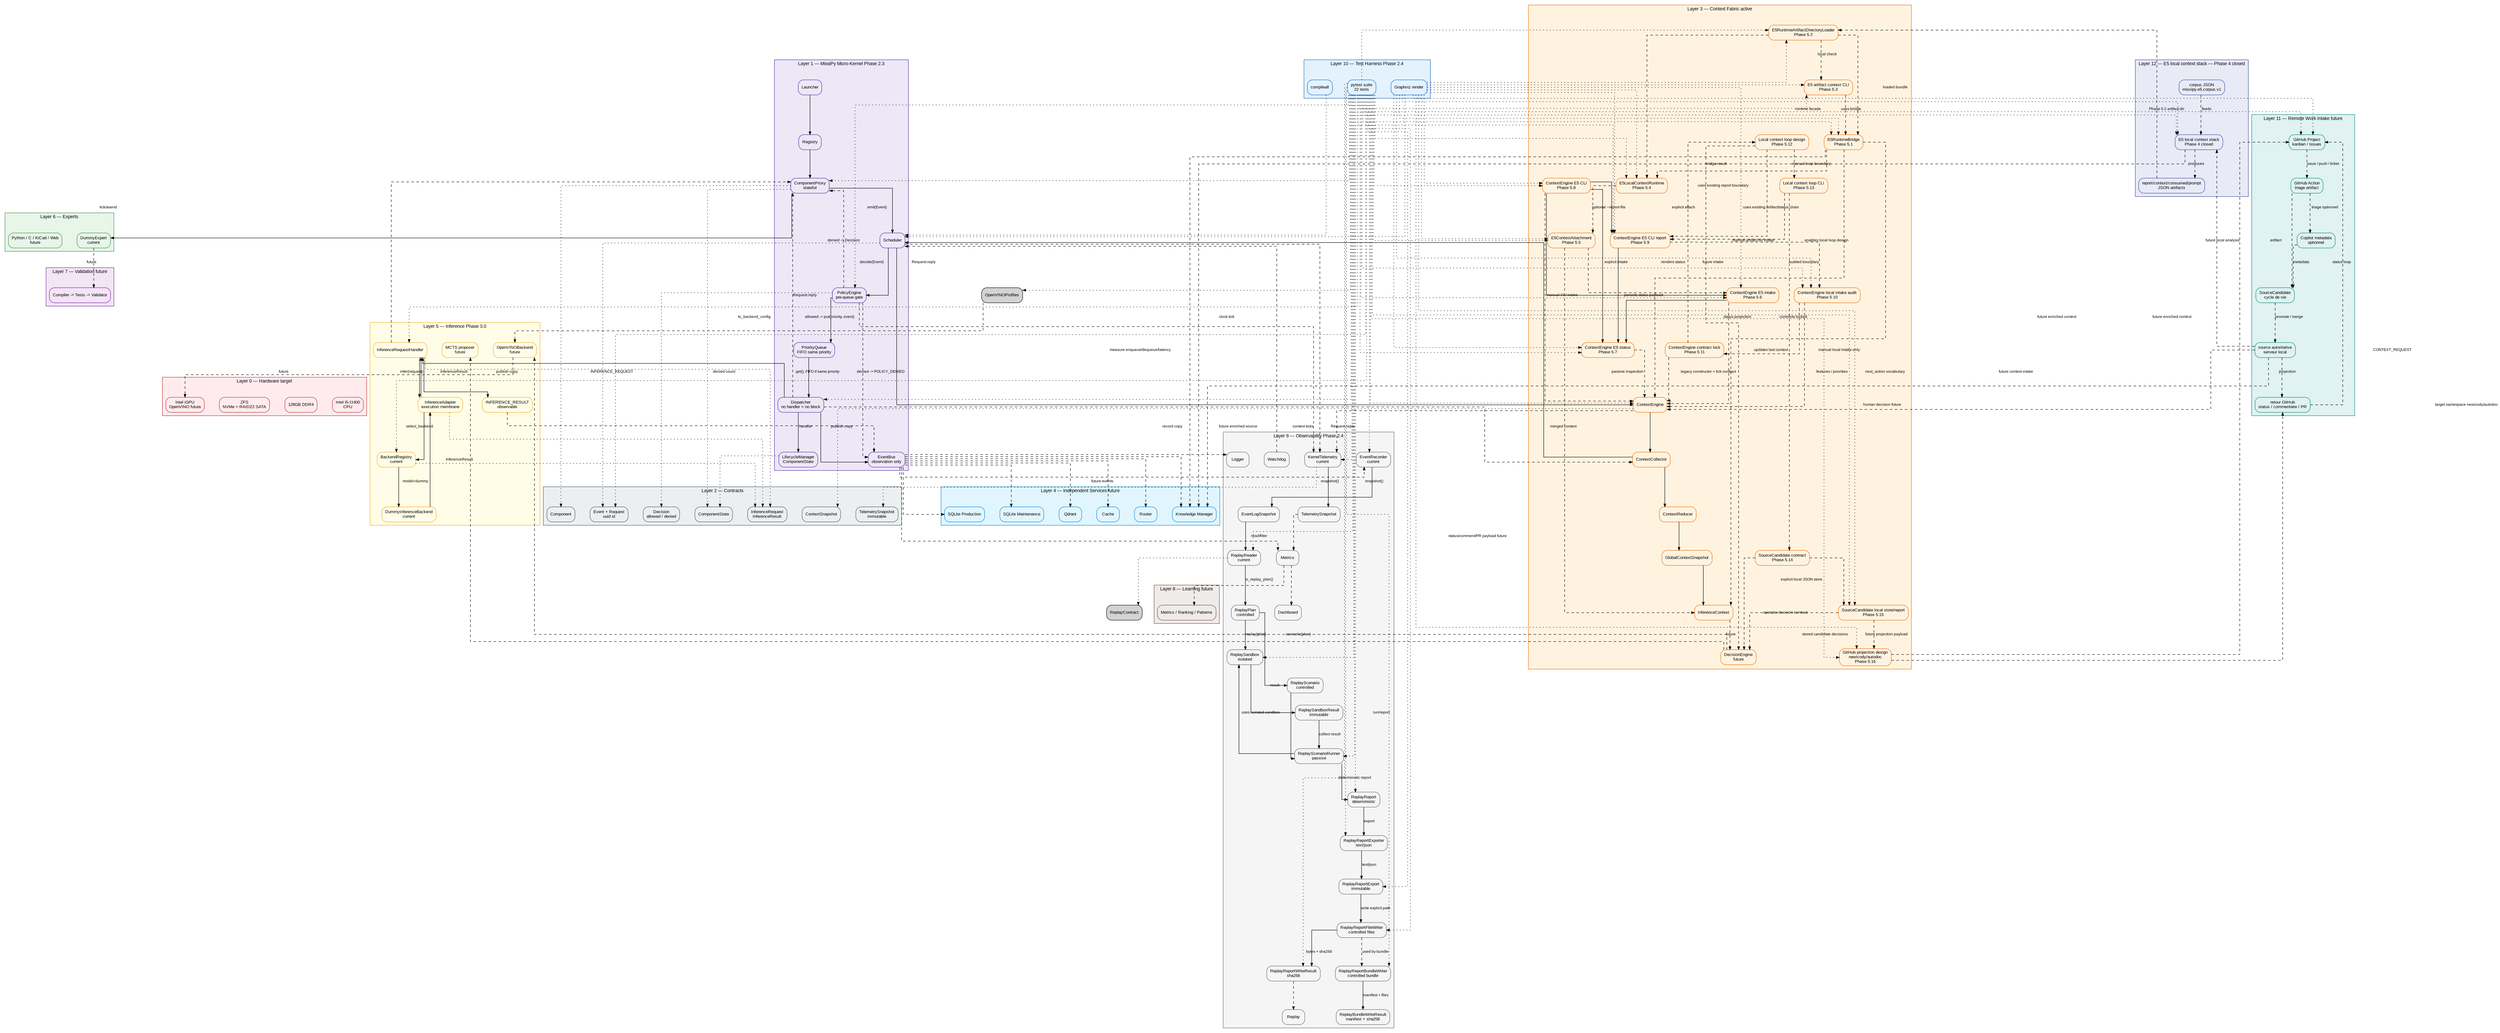
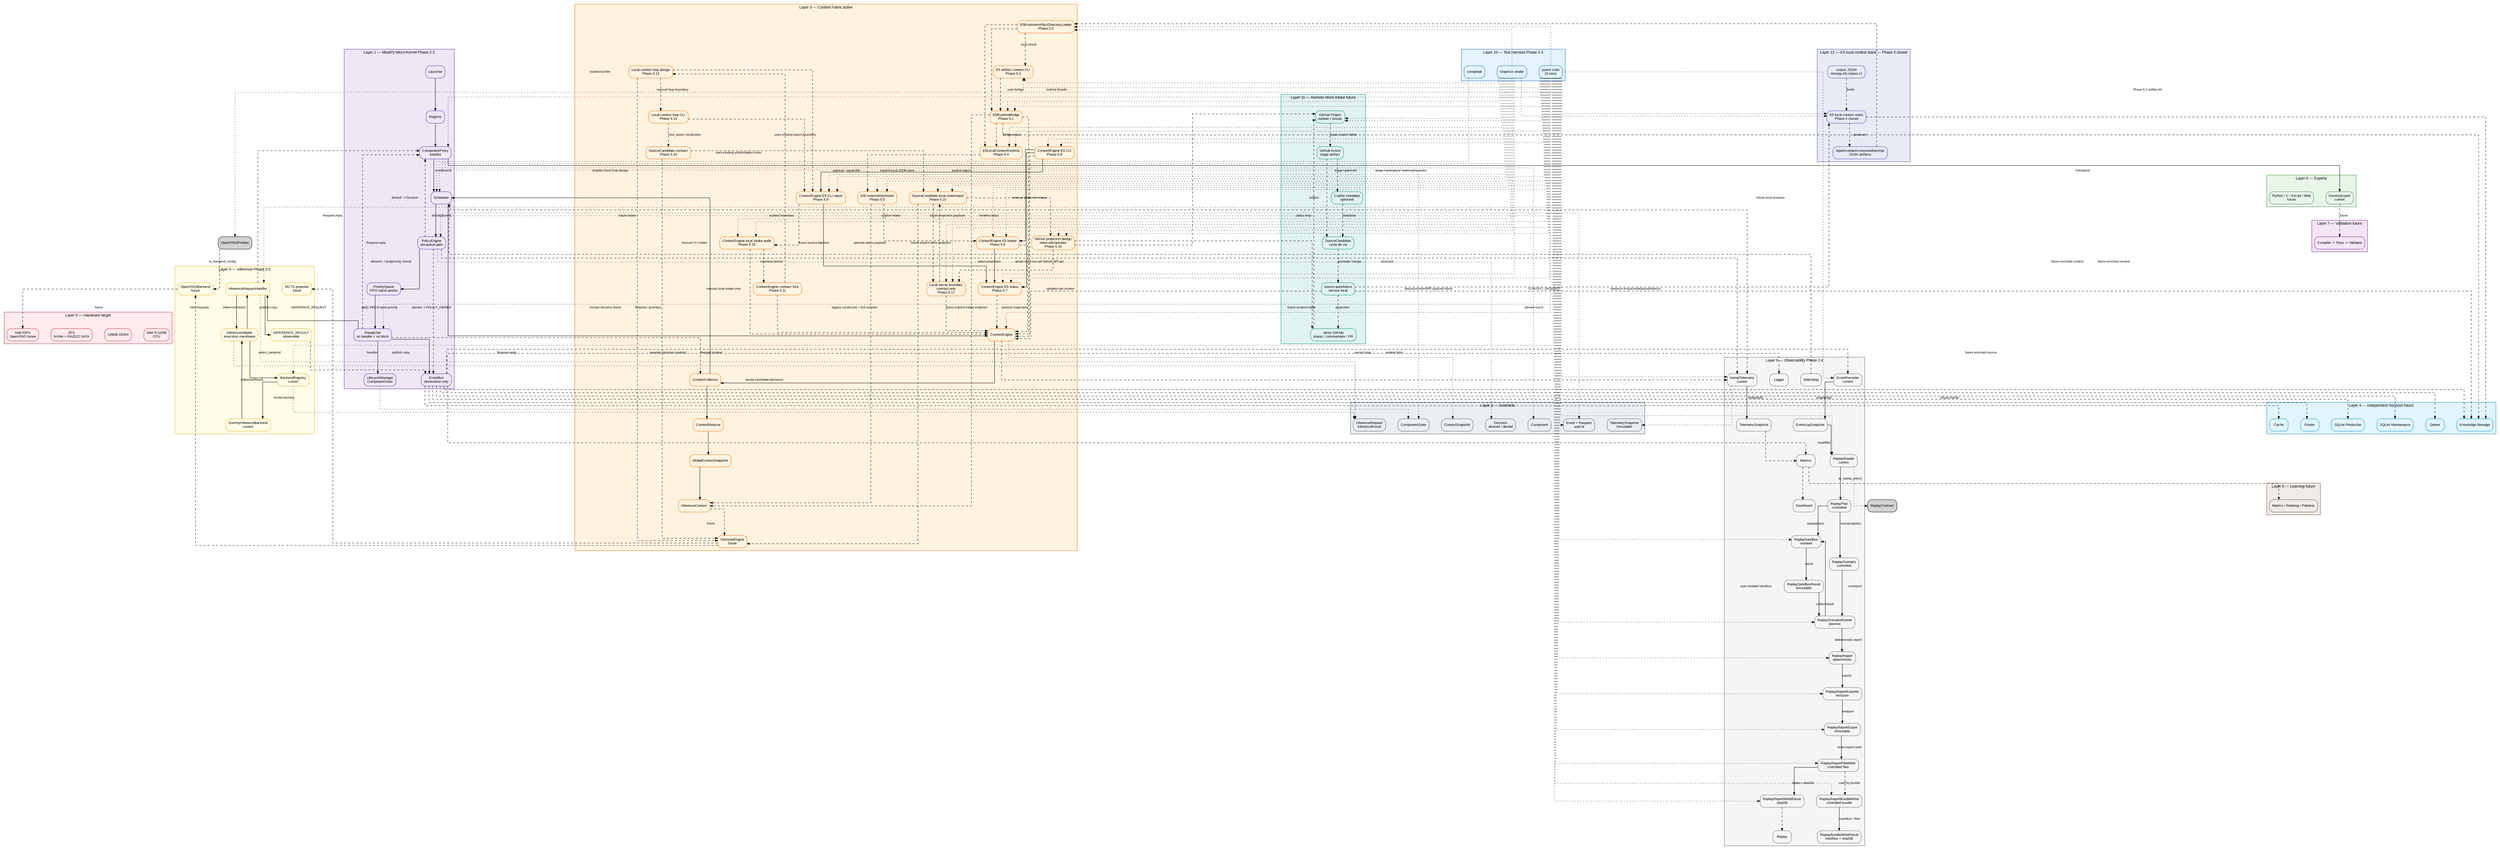
digraph Global {
    // ROADMAP_ID: global

    rankdir=TB;

    // ROADMAP_NOTE[phase2_5]:
    // BackendRegistry est ajouté au layer inference pour préparer
    // l’enregistrement explicite d’OpenVINO sans modifier le Scheduler.

    // ROADMAP_NOTE[phase3_0]:
    // OpenVINOModelProfileRegistry est ajouté pour décrire un ou plusieurs
    // modèles OpenVINO possibles avant de créer les backends exécutables.
    compound=true;
    splines=ortho;
    nodesep=0.5;
    ranksep=0.8;

    graph [fontname="Arial", fontsize=11];
    node [shape=box, style="rounded,filled", fontname="Arial", fontsize=10];
    edge [fontname="Arial", fontsize=9, arrowsize=0.7];

    // ROADMAP_NOTE[phase2_4]:
// ReplayReportBundleWriter ajoute un dossier de replay contrôlé :
// report.txt, report.json et manifest.json avec sha256. La roadmap DOT
// est aussi vérifiée par tests/docs/test_dot_links.py afin que les liens
// descente/remontée pointent vers des sources DOT existantes.
    // Le Layer 9 ajoute ReplayReportFileWriter après ReplayReportExport.
    // Cette étape persiste les exports texte/JSON vers chemins explicites.
    // Aucun répertoire n'est créé ni aucun fichier écrasé sans demande explicite.
    // Le writer reste passif et ne commande jamais le Scheduler vivant.


    // ROADMAP_NOTE[phase4_18_r2]:
    // GitHub Project Orchestrator est visible dans l'architecture globale.
    // Cette couche reste future et documentaire : pas d'API GitHub, pas de token,
    // pas de polling réseau et pas de dépendance Copilot dans le coeur.

    // ROADMAP_NOTE[phase4_19]:
    // La Phase 4 se clôt par un audit du moteur local E5 : corpus, recherche,
    // diagnostics, gates, rapports, contexte, consommation et prompt packet.
    // Le stack E5 reste hors Scheduler, hors Qdrant et hors backend de réponse.

    // ROADMAP_NOTE[phase4_20]:
    // Phase 4 clôturée : le moteur local E5 produit des artefacts déterministes
    // de recherche, contexte consommé et prompt packet. La Phase 5 peut brancher
    // ce socle au serveur local ou au Context Engine sans changer ces frontières.

    // ROADMAP_NOTE[phase5_2]:
    // E5RuntimeArtifactDirectoryLoader ajoute la bordure IO locale pour lire un
    // artifact-dir Phase 4 et réutiliser le pont pur E5RuntimeBridge. Aucun daemon,
    // réseau, Scheduler vivant, Qdrant ou LLM n'est introduit.


    // ROADMAP_NOTE[phase5_4]:
    // E5LocalContextRuntime ajoute une façade runtime locale stable au-dessus
    // du loader 5.2 et du bridge 5.1. Elle retourne un statut typé et un
    // InferenceContext sans CLI, daemon, réseau, Scheduler vivant, Qdrant ou LLM.

    // ROADMAP_NOTE[phase5_5]:
    // E5ContextAttachment fusionne explicitement un résultat runtime E5 local
    // avec un InferenceContext existant. Cette étape prépare l'intake futur du
    // ContextEngine sans lancer Scheduler, daemon, réseau, Qdrant ou LLM.

    // ROADMAP_NOTE[phase5_6]:
    // ContextEngine reçoit une entrée E5 explicite : artifact-dir ou runtime result
    // -> attachement -> last_inference_context. Aucun autoload, aucun Scheduler
    // vivant, aucun daemon, réseau, Qdrant ou LLM n'est introduit.

    // ROADMAP_NOTE[phase5_7]:
    // E5ContextEngineStatus ajoute une projection passive et sérialisable
    // de l'état E5 attaché au ContextEngine. Elle ne lit aucun fichier,
    // ne mute aucun contexte et ne déclenche aucun Scheduler/backend.

    // ROADMAP_NOTE[phase5_8]:
    // E5ContextEngineCLI ajoute une bordure manuelle : artifact-dir ->
    // ContextEngine.attach_e5_artifact_dir() -> E5ContextEngineStatus. Elle
    // ne lance aucun Scheduler vivant, daemon, réseau, Qdrant ou LLM.


    // ROADMAP_NOTE[phase5_10]:
    // Phase 5.10 audite le bloc d'intake manuel local : artifact-dir Phase 4,
    // ContextEngine E5 CLI, report JSON et projection status. Elle ne modifie
    // pas le runtime et prépare seulement la bascule future vers serveur/local loop.

    // ROADMAP_NOTE[phase5_9]:
    // E5ContextEngineCLIReport ajoute --report-file à la bordure CLI 5.8.
    // La commande existante peut persister son payload intake + status en JSON
    // atomique sans nouvelle surface CLI, Scheduler vivant, réseau, Qdrant ou LLM.





+ 
+ 
+     // ROADMAP_NOTE[phase5_17]:
+     // LocalServerBoundary formalise une surface serveur local future pour
+     // SourceCandidate, reports et ContextEngine intake. Cette étape reste
+     // contract-only : pas de serveur, socket, framework, réseau, GitHub API,
+     // token, Scheduler autoload, Qdrant, LLM ou appel OpenVINO.

    // ROADMAP_NOTE[phase5_16]:
    // GitHubProjectionDesign formalise la projection future entre le store
    // local SourceCandidate et newicody/autodoc. Cette étape reste documentaire :
    // aucun token, réseau, polling, GitHub API, serveur, Qdrant ou LLM.

    // ROADMAP_NOTE[phase5_15]:
    // SourceCandidateStorageReport ajoute un store JSON local explicite pour
    // SourceCandidate : load, upsert atomique, snapshot et rapport optionnel.
    // La valeur newicody/autodoc reste une projection future sans API GitHub,
    // réseau, token, daemon, Qdrant, LLM ou base de données.

    // ROADMAP_NOTE[phase5_14]:
    // SourceCandidateContract ajoute le contrat local d'une entrée candidate :
    // origin/input/policy/status/decision/transition immuable. La valeur
    // newicody/autodoc prépare la projection GitHub future sans API, réseau ou token.

    // ROADMAP_NOTE[phase5_13]:
    // LocalContextLoopCLI ajoute une orchestration manuelle mince : artifact-dir
    // Phase 4 -> ContextEngine intake -> status -> report + next_action opérateur.
    // Elle ne relance pas E5/OpenVINO, ne mute aucune décision et n'ajoute aucun
    // daemon, serveur, réseau, Qdrant, LLM ou stockage persistant.

    // ROADMAP_NOTE[phase5_12]:
    // LocalContextLoopDesign formalise la boucle locale manuelle : artifact-dir
    // Phase 4 -> runtime local -> intake explicite ContextEngine -> status/report
    // -> décision humaine. Aucun serveur, daemon, réseau, stockage persistant,
    // Qdrant, LLM ou appel OpenVINO caché n'est introduit.

    // ROADMAP_NOTE[phase5_3]:
    // E5 artifact context CLI ajoute une bordure de vérification locale pour
    // afficher l'InferenceContext construit depuis un artifact-dir, sans daemon,
    // réseau, Scheduler vivant, Qdrant ou LLM.

    subgraph cluster_L0 {
        label="Layer 0 — Hardware target";
        color="#c62828";
        bgcolor="#ffebee";
        node [fillcolor="#ffebee", color="#c62828"];
        CPU [label="Intel i5-11400\nCPU"];
        RAM [label="128GB DDR4"];
        Storage [label="ZFS\nNVMe + RAIDZ2 SATA"];
        GPU [label="Intel iGPU\nOpenVINO future"];
    }

    subgraph cluster_L1 {
        label="Layer 1 — MissiPy Micro-Kernel Phase 2.3";
        color="#512da8";
        bgcolor="#ede7f6";
        node [fillcolor="#ede7f6", color="#512da8"];
        Launcher [URL="scheduler/10_scheduler.svg", tooltip="Zoom Scheduler"];
        Registry [URL="scheduler/10_scheduler.svg", tooltip="Registry"];
        Proxy [label="ComponentProxy\nstateful", URL="scheduler/component_proxy/14_component_proxy.svg", tooltip="Runtime proxy"];
        Scheduler [URL="scheduler/10_scheduler.svg", tooltip="Zoom Scheduler"];
        Policy [label="PolicyEngine\npre-queue gate", URL="scheduler/10_scheduler.svg"];
        Queue [label="PriorityQueue\nFIFO same priority", URL="scheduler/priority_queue/13_priority_queue.svg"];
        Dispatcher [label="Dispatcher\nno handler = no block", URL="scheduler/dispatcher/11_dispatcher.svg"];
        EventBus [label="EventBus\nobservation only", URL="scheduler/event_bus/12_event_bus.svg"];
        Lifecycle [label="LifecycleManager\nComponentState", URL="scheduler/10_scheduler.svg"];
    }

    subgraph cluster_L2 {
        label="Layer 2 — Contracts";
        color="#455a64";
        bgcolor="#eceff1";
        node [fillcolor="#eceff1", color="#455a64"];
        EventContract [label="Event + Request\nuuid id"];
        LifecycleContract [label="ComponentState"];
        ComponentContract [label="Component"];
        ContextContract [label="ContextSnapshot"];
        InferenceContract [label="InferenceRequest\nInferenceResult"];
        PolicyContract [label="Decision\nallowed / denied"];
        TelemetryContract [label="TelemetrySnapshot\nimmutable"];
    }

    subgraph cluster_L3 {
        label="Layer 3 — Context Fabric active";
        color="#ef6c00";
        bgcolor="#fff3e0";
        node [fillcolor="#fff3e0", color="#ef6c00"];
        ContextEngine [label="ContextEngine", URL="context/20_context.svg"];
        Collector [label="ContextCollector", URL="context/20_context.svg"];
        Reducer [label="ContextReducer", URL="context/20_context.svg"];
        Snapshot [label="GlobalContextSnapshot", URL="context/20_context.svg"];
        InferenceCtx [label="InferenceContext", URL="context/20_context.svg"];
        E5RuntimeBridge [label="E5RuntimeBridge\nPhase 5.1", URL="context/25_e5_runtime_bridge.svg"];
        E5ArtifactLoader [label="E5RuntimeArtifactDirectoryLoader\nPhase 5.2", URL="context/26_e5_artifact_directory_loader.svg"];
        E5ArtifactContextCLI [label="E5 artifact context CLI\nPhase 5.3", URL="context/27_e5_artifact_context_cli.svg"];
        E5LocalRuntime [label="E5LocalContextRuntime\nPhase 5.4", URL="context/28_e5_local_context_runtime.svg"];
        E5ContextAttachment [label="E5ContextAttachment\nPhase 5.5", URL="context/29_e5_context_attachment.svg"];
        E5ContextEngineIntake [label="ContextEngine E5 intake\nPhase 5.6", URL="context/30_e5_context_engine_intake.svg"];
        E5ContextEngineStatus [label="ContextEngine E5 status\nPhase 5.7", URL="context/31_e5_context_engine_status.svg"];
        E5ContextEngineCLI [label="ContextEngine E5 CLI\nPhase 5.8", URL="context/32_e5_context_engine_cli.svg"];
        E5ContextEngineCLIReport [label="ContextEngine E5 CLI report\nPhase 5.9", URL="context/33_e5_context_engine_cli_report.svg"];
        E5ContextEngineIntakeAudit [label="ContextEngine local intake audit\nPhase 5.10", URL="context/34_e5_context_engine_intake_audit.svg"];
        ContextEngineContractLock [label="ContextEngine contract lock\nPhase 5.11", URL="context/35_context_engine_contract_lock.svg"];
        LocalContextLoopDesign [label="Local context loop design\nPhase 5.12", URL="context/36_local_context_loop_design.svg"];
        LocalContextLoopCLI [label="Local context loop CLI\nPhase 5.13", URL="context/37_local_context_loop_cli.svg"];
        SourceCandidateContract [label="SourceCandidate contract\nPhase 5.14", URL="context/38_source_candidate_contract.svg"];
        SourceCandidateStore [label="SourceCandidate local store/report\nPhase 5.15", URL="context/39_source_candidate_storage_report.svg"];
        GitHubProjectionDesign [label="GitHub projection design\nnewicody/autodoc\nPhase 5.16", URL="context/40_github_projection_design.svg"];
+         LocalServerBoundary [label="Local server boundary\ncontract-only\nPhase 5.17", URL="context/41_local_server_boundary.svg"];
        Decision [label="DecisionEngine\nfuture", URL="context/20_context.svg"];
    }

    E5ContextEngineIntake -> E5ContextEngineStatus [label="status projection"];
    E5ContextEngineCLI -> E5ContextEngineIntake [label="manual artifact-dir intake"];
    E5ContextEngineCLI -> E5ContextEngineStatus [label="renders status"];
    E5ContextEngineCLI -> E5ContextEngineCLIReport [label="optional --report-file"];
    E5ContextEngineCLIReport -> E5ContextEngineStatus [label="persists status payload"];
    E5ContextEngineCLIReport -> E5ContextEngineIntakeAudit [style=dashed, label="audited boundary"];
    E5ContextEngineIntakeAudit -> ContextEngineContractLock [style=dashed, label="contracts locked"];
    ContextEngineContractLock -> ContextEngine [style=dashed, label="legacy constructor + tick contract"];
    E5ContextEngineIntakeAudit -> ContextEngine [style=dashed, label="manual local intake only"];
    ContextEngineContractLock -> LocalContextLoopDesign [style=dashed, label="enables local loop design"];
    LocalContextLoopDesign -> E5ContextEngineCLIReport [style=dashed, label="uses existing report boundary"];
    LocalContextLoopDesign -> LocalContextLoopCLI [style=dashed, label="manual loop boundary"];
    LocalContextLoopCLI -> E5ContextEngineCLIReport [style=dashed, label="uses existing artifact/status chain"];
    LocalContextLoopCLI -> SourceCandidateContract [style=dashed, label="next_action vocabulary"];
    SourceCandidateContract -> SourceCandidateStore [style=dashed, label="explicit local JSON store"];
    SourceCandidateStore -> Decision [style=dashed, label="stored candidate decisions"];
    SourceCandidateStore -> GitHubProjectionDesign [style=dashed, label="future projection payload"];
    SourceCandidateContract -> Decision [style=dashed, label="operator decision contract"];
    LocalContextLoopDesign -> Decision [style=dashed, label="human decision future"];

    subgraph cluster_L4 {
        label="Layer 4 — Independent Services future";
        color="#0288d1";
        bgcolor="#e1f5fe";
        node [fillcolor="#e1f5fe", color="#0288d1"];
        Router [URL="services/30_services.svg"];
        SQLiteProd [label="SQLite Production", URL="services/30_services.svg"];
        SQLiteMaint [label="SQLite Maintenance", URL="services/30_services.svg"];
        Qdrant [URL="services/30_services.svg"];
        Cache [URL="services/30_services.svg"];
        Knowledge [label="Knowledge Manager", URL="services/30_services.svg"];
    }

    subgraph cluster_L5 {
        label="Layer 5 — Inference Phase 3.0";
        color="#f9a825";
        bgcolor="#fffde7";
        node [fillcolor="#fffde7", color="#f9a825"];
        InferenceHandler [label="InferenceRequestHandler", URL="inference/40_inference.svg"];
        InferenceAdapter [label="InferenceAdapter\nexecution membrane", URL="inference/40_inference.svg"];
        BackendRegistry [label="BackendRegistry\ncurrent", URL="inference/40_inference.svg"];
        DummyBackend [label="DummyInferenceBackend\ncurrent", URL="inference/40_inference.svg"];
        InferenceResult [label="INFERENCE_RESULT\nobservable", URL="inference/40_inference.svg"];
        OpenVINO [label="OpenVINOBackend\nfuture", URL="inference/40_inference.svg"];
        MCTS [label="MCTS proposer\nfuture"];
    }

    subgraph cluster_L6 {
        label="Layer 6 — Experts";
        color="#388e3c";
        bgcolor="#e8f5e9";
        node [fillcolor="#e8f5e9", color="#388e3c"];
        Dummy [label="DummyExpert\ncurrent", URL="experts/40_experts.svg"];
        ExpertsFuture [label="Python / C / KiCad / Web\nfuture", URL="experts/40_experts.svg"];
    }

    subgraph cluster_L7 {
        label="Layer 7 — Validation future";
        color="#7b1fa2";
        bgcolor="#f3e5f5";
        node [fillcolor="#f3e5f5", color="#7b1fa2"];
        Validation [label="Compiler -> Tests -> Validator", URL="validation/50_validation.svg"];
    }

    subgraph cluster_L8 {
        label="Layer 8 — Learning future";
        color="#6d4c41";
        bgcolor="#efebe9";
        node [fillcolor="#efebe9", color="#6d4c41"];
        Learning [label="Metrics / Ranking / Patterns", URL="learning/60_learning.svg"];
    }

    subgraph cluster_L9 {
        label="Layer 9 — Observability Phase 2.4";
        color="#666666";
        bgcolor="#f5f5f5";
        node [fillcolor="#f5f5f5", color="#666666"];
        Logger [URL="observability/70_observability.svg"];
        KernelTelemetry [label="KernelTelemetry
current", URL="observability/70_observability.svg"];
        TelemetrySnapshot [label="TelemetrySnapshot", URL="observability/70_observability.svg"];
        EventRecorder [label="EventRecorder
current", URL="observability/70_observability.svg"];
        EventLogSnapshot [label="EventLogSnapshot", URL="observability/70_observability.svg"];
        ReplayReader [label="ReplayReader
current", URL="observability/70_observability.svg"];
        ReplayPlan [label="ReplayPlan
controlled", URL="observability/70_observability.svg"];
        ReplaySandbox [label="ReplaySandbox
isolated", URL="observability/70_observability.svg"];
        ReplaySandboxResult [label="ReplaySandboxResult
immutable", URL="observability/70_observability.svg"];
        ReplayScenario [label="ReplayScenario
controlled", URL="observability/70_observability.svg"];
        ReplayScenarioRunner [label="ReplayScenarioRunner
passive", URL="observability/70_observability.svg"];
        ReplayReport [label="ReplayReport
deterministic", URL="observability/70_observability.svg"];
        ReplayReportExporter [label="ReplayReportExporter
text/json", URL="observability/70_observability.svg"];
        ReplayReportExport [label="ReplayReportExport
immutable", URL="observability/70_observability.svg"];
        ReplayReportFileWriter [label="ReplayReportFileWriter
controlled files", URL="observability/70_observability.svg"];
        ReplayReportWriteResult [label="ReplayReportWriteResult
sha256", URL="observability/70_observability.svg"];
        ReplayReportBundleWriter [label="ReplayReportBundleWriter
controlled bundle", URL="observability/70_observability.svg"];
        ReplayBundleWriteResult [label="ReplayBundleWriteResult
manifest + sha256", URL="observability/70_observability.svg"];
        Metrics [URL="observability/70_observability.svg"];
        Replay [URL="observability/70_observability.svg"];
        Dashboard [URL="observability/70_observability.svg"];
        Watchdog [URL="observability/70_observability.svg"];
    }

    subgraph cluster_L10 {
        label="Layer 10 — Test Harness Phase 2.4";
        color="#1565c0";
        bgcolor="#e3f2fd";
        node [fillcolor="#e3f2fd", color="#1565c0"];
        Pytest [label="pytest suite\n22 tests", URL="tests/80_tests.svg"];
        CompileAll [label="compileall"];
        DotRender [label="Graphviz render"];
    }



    subgraph cluster_L11 {
        label="Layer 11 — Remote Work Intake future";
        color="#00897b";
        bgcolor="#e0f2f1";
        node [fillcolor="#e0f2f1", color="#00897b"];
        GitHubProject [label="GitHub Project
kanban / issues", URL="integrations/90_github_project_orchestrator.svg"];
        GitHubAction [label="GitHub Action
triage artifact", URL="integrations/90_github_project_orchestrator.svg"];
        CopilotMetadata [label="Copilot metadata
optionnel", URL="integrations/90_github_project_orchestrator.svg"];
        SourceCandidate [label="SourceCandidate
cycle de vie", URL="integrations/91_source_candidate_lifecycle.svg"];
        LocalAuthority [label="source autoritative
serveur local", URL="integrations/91_source_candidate_lifecycle.svg"];
        GitHubFeedback [label="retour GitHub
status / commentaire / PR", URL="integrations/90_github_project_orchestrator.svg"];
    }

    subgraph cluster_L12 {
        label="Layer 12 — E5 local context stack — Phase 4 closed";
        color="#3949ab";
        bgcolor="#e8eaf6";
        node [fillcolor="#e8eaf6", color="#3949ab"];
        E5LocalStack [label="E5 local context stack
Phase 4 closed", URL="inference/74_e5_phase4_closure.svg"];
        E5Corpus [label="corpus JSON
missipy.e5.corpus.v1", URL="inference/73_e5_phase4_final_audit.svg"];
        E5Reports [label="report/context/consumed/prompt
JSON artifacts", URL="inference/74_e5_phase4_closure.svg"];
    }

    Launcher -> Registry;
    Registry -> Proxy;
    Proxy -> Scheduler [label="emit(Event)"];
    Scheduler -> Policy [label="decide(Event)"];
    Policy -> Queue [label="allowed -> put(priority, event)"];
    Policy -> EventBus [label="denied -> POLICY_DENIED", style=dashed];
    Policy -> Proxy [label="denied -> Decision", style=dashed];
    Queue -> Dispatcher [label="get(), FIFO if same priority"];
    Dispatcher -> Lifecycle [label="handler"];
    Dispatcher -> EventBus [label="publish copy"];
    Dispatcher -> Proxy [label="Request.reply", style=dashed];

    Lifecycle -> LifecycleContract [style=dotted];
    Proxy -> LifecycleContract [style=dotted];

    Scheduler -> ContextEngine [label="clock tick"];
    ContextEngine -> Collector;
    Collector -> Scheduler [label="CONTEXT_REQUEST"];
    Dispatcher -> Collector [label="Request.reply", style=dashed];
    Collector -> Reducer;
    Reducer -> Snapshot;
    Snapshot -> InferenceCtx;
    InferenceCtx -> Decision [style=dashed, label="future"];

    Scheduler -> EventContract [style=dotted];
    Policy -> PolicyContract [style=dotted];
    KernelTelemetry -> TelemetryContract [style=dotted];
    Proxy -> ComponentContract [style=dotted];
    ContextEngine -> ContextContract [style=dotted];
    InferenceHandler -> InferenceContract [style=dotted];
    ReplayReader -> ReplayContract [style=dotted];
    InferenceAdapter -> InferenceContract [style=dotted];
    BackendRegistry -> InferenceContract [style=dotted];

    Proxy -> Dummy [label="tick/asend"];

    Dispatcher -> InferenceHandler [label="INFERENCE_REQUEST"];
    InferenceHandler -> InferenceAdapter [label="infer(request)"];
    InferenceAdapter -> BackendRegistry [label="select_backend"];
    BackendRegistry -> DummyBackend [label="model=dummy"];
    DummyBackend -> InferenceAdapter [label="InferenceResult"];
    InferenceAdapter -> InferenceHandler [label="InferenceResult"];
    InferenceHandler -> InferenceResult [label="publish copy"];
    InferenceHandler -> Proxy [label="Request.reply", style=dashed];
    InferenceResult -> EventBus [style=dashed];
    OpenVINOProfiles -> OpenVINO [style=dashed, label="to_backend_config"];
    OpenVINO -> GPU [style=dashed, label="future"];
    E5Corpus -> E5LocalStack [style=dashed, label="feeds"];
    E5LocalStack -> E5Reports [style=dashed, label="produces"];
    E5Reports -> E5ArtifactLoader [style=dashed, label="Phase 5.2 artifact-dir"];
    E5ArtifactLoader -> E5RuntimeBridge [style=dashed, label="loaded bundle"];
    E5ArtifactLoader -> E5ArtifactContextCLI [style=dashed, label="local check"];
    E5ArtifactContextCLI -> E5RuntimeBridge [style=dashed, label="uses bridge"];
    E5ArtifactLoader -> E5LocalRuntime [style=dashed, label="runtime facade"];
    E5RuntimeBridge -> E5LocalRuntime [style=dashed, label="bridge result"];
    E5LocalRuntime -> E5ContextAttachment [style=dashed, label="explicit attach"];
    E5ContextAttachment -> InferenceCtx [style=dashed, label="merged context"];
    E5RuntimeBridge -> InferenceCtx [style=dashed, label="features / priorities"];
    E5ContextAttachment -> E5ContextEngineIntake [style=dashed, label="explicit intake"];
    E5ContextEngineIntake -> ContextEngine [style=dashed, label="updates last context"];
    E5ContextEngineStatus -> ContextEngine [style=dashed, label="passive inspection"];
    E5ContextEngineCLI -> ContextEngine [style=dashed, label="manual CLI intake"];
    E5RuntimeBridge -> ContextEngine [style=dashed, label="future intake"];
    E5RuntimeBridge -> Knowledge [style=dashed, label="future enriched context"];
    E5LocalStack -> Knowledge [style=dashed, label="future enriched context"];

    Scheduler -> KernelTelemetry [style=dashed, label="measure enqueue/dequeue/latency"];
    Policy -> KernelTelemetry [style=dashed, label="denied count"];
    ContextEngine -> KernelTelemetry [style=dashed, label="context ticks"];
    KernelTelemetry -> TelemetrySnapshot [label="snapshot()"];
    TelemetrySnapshot -> Metrics [style=dashed];

    EventBus -> Logger [style=dashed];
    EventBus -> Metrics [style=dashed];
    EventBus -> EventRecorder [style=dashed, label="record copy"];
    EventRecorder -> EventLogSnapshot [label="snapshot()"];
    EventLogSnapshot -> ReplayReader [label="read/filter"];
    ReplayReader -> ReplayPlan [label="to_replay_plan()"];
    ReplayPlan -> ReplaySandbox [label="replay(plan)"];
    ReplaySandbox -> ReplaySandboxResult [label="result"];
    ReplayPlan -> ReplayScenario [label="scenario(plan)"];
    ReplayScenario -> ReplayScenarioRunner [label="run/report"];
    ReplayScenarioRunner -> ReplaySandbox [label="uses isolated sandbox"];
    ReplaySandboxResult -> ReplayScenarioRunner [label="collect result"];
    ReplayScenarioRunner -> ReplayReport [label="deterministic report"];
    ReplayReport -> ReplayReportExporter [label="export"];
    ReplayReportExporter -> ReplayReportExport [label="text/json"];
    ReplayReportExport -> ReplayReportFileWriter [label="write explicit path"];
    ReplayReportFileWriter -> ReplayReportWriteResult [label="bytes + sha256"];
    ReplayReportFileWriter -> ReplayReportBundleWriter [style=dashed, label="used by bundle"];
    ReplayReportBundleWriter -> ReplayBundleWriteResult [label="manifest + files"];
    ReplayReportWriteResult -> Replay [style=dashed];
    Metrics -> Dashboard [style=dashed];
    Watchdog -> Scheduler [style=dashed];

    Pytest -> EventContract [style=dotted];
    Pytest -> Dispatcher [style=dotted];
    Pytest -> Proxy [style=dotted];
    Pytest -> ContextEngine [style=dotted];
    Pytest -> InferenceHandler [style=dotted];
    Pytest -> BackendRegistry [style=dotted];
    Pytest -> OpenVINOProfiles [style=dotted];
    Pytest -> Policy [style=dotted];
    Pytest -> KernelTelemetry [style=dotted];
    Pytest -> EventRecorder [style=dotted];
    Pytest -> ReplayReader [style=dotted];
    Pytest -> ReplaySandbox [style=dotted];
    Pytest -> ReplayScenarioRunner [style=dotted];
    Pytest -> ReplayReport [style=dotted];
    Pytest -> ReplayReportExporter [style=dotted];
    Pytest -> ReplayReportExport [style=dotted];
    Pytest -> ReplayReportFileWriter [style=dotted];
    Pytest -> ReplayReportBundleWriter [style=dotted];
    Pytest -> ReplayReportWriteResult [style=dotted];
    CompileAll -> Scheduler [style=dotted];
    DotRender -> Scheduler [style=dotted];

    EventBus -> Router [style=dashed, label="future events"];
    EventBus -> SQLiteProd [style=dashed];
    EventBus -> SQLiteMaint [style=dashed];
    EventBus -> Qdrant [style=dashed];
    EventBus -> Cache [style=dashed];
    EventBus -> Knowledge [style=dashed];
    Decision -> OpenVINO [style=dashed];
    Decision -> MCTS [style=dashed];
    Dummy -> Validation [style=dashed, label="future"];
    Metrics -> Learning [style=dashed];

    GitHubProject -> GitHubAction [style=dashed, label="issue / push / ticket"];
    GitHubAction -> CopilotMetadata [style=dashed, label="triage optionnel"];
    CopilotMetadata -> SourceCandidate [style=dashed, label="metadata"];
    GitHubAction -> SourceCandidate [style=dashed, label="artifact"];
    SourceCandidate -> LocalAuthority [style=dashed, label="promote / merge"];
    LocalAuthority -> E5LocalStack [style=dashed, label="future local analysis"];
    LocalAuthority -> ContextEngine [style=dashed, label="future context intake"];
    LocalAuthority -> Knowledge [style=dashed, label="future enriched source"];
    LocalAuthority -> GitHubFeedback [style=dashed, label="projection"];
    GitHubProjectionDesign -> GitHubProject [style=dashed, label="target namespace newicody/autodoc"];
    GitHubProjectionDesign -> GitHubFeedback [style=dashed, label="status/comment/PR payload future"];
+     SourceCandidateStore -> LocalServerBoundary [style=dashed, label="future local endpoints"];
+     GitHubProjectionDesign -> LocalServerBoundary [style=dashed, label="server must not call GitHub API yet"];
+     LocalServerBoundary -> ContextEngine [style=dashed, label="future explicit intake endpoint"];
+     LocalServerBoundary -> SourceCandidateStore [style=dashed, label="future explicit store endpoint"];
    GitHubFeedback -> GitHubProject [style=dashed, label="status loop"];
    Pytest -> GitHubProject [style=dotted];
    Pytest -> E5LocalStack [style=dotted];
    Pytest -> E5RuntimeBridge [style=dotted];
    Pytest -> E5ArtifactLoader [style=dotted];
    Pytest -> E5ArtifactContextCLI [style=dotted];
    Pytest -> E5LocalRuntime [style=dotted];
    Pytest -> E5ContextAttachment [style=dotted];
    Pytest -> E5ContextEngineIntake [style=dotted];
    Pytest -> E5ContextEngineStatus [style=dotted];
    Pytest -> E5ContextEngineCLI [style=dotted];
    Pytest -> E5ContextEngineCLIReport [style=dotted];
    Pytest -> E5ContextEngineIntakeAudit [style=dotted];
    Pytest -> SourceCandidateStore [style=dotted];
    Pytest -> GitHubProjectionDesign [style=dotted];
+     Pytest -> LocalServerBoundary [style=dotted];
    DotRender -> GitHubProject [style=dotted];
    DotRender -> E5LocalStack [style=dotted];
    DotRender -> E5RuntimeBridge [style=dotted];
    DotRender -> E5ArtifactLoader [style=dotted];
    DotRender -> E5ArtifactContextCLI [style=dotted];
    DotRender -> E5LocalRuntime [style=dotted];
    DotRender -> E5ContextAttachment [style=dotted];
    DotRender -> E5ContextEngineIntake [style=dotted];
    DotRender -> E5ContextEngineStatus [style=dotted];
    DotRender -> E5ContextEngineCLI [style=dotted];
    DotRender -> E5ContextEngineCLIReport [style=dotted];
    DotRender -> E5ContextEngineIntakeAudit [style=dotted];
    DotRender -> SourceCandidateStore [style=dotted];
    DotRender -> GitHubProjectionDesign [style=dotted];
+     DotRender -> LocalServerBoundary [style=dotted];
}

